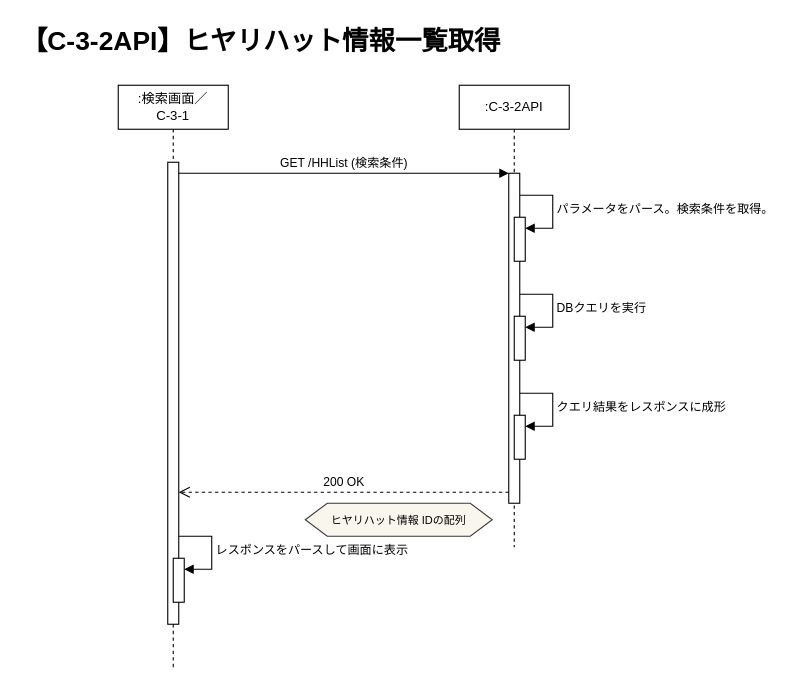
Sportacandy/C-2-2API keeps this draw.io diagram as page "ヒヤリハット情報一覧取得" (1 of 5) of models/C-3-2-sequence.drawio. Above is the earlier version. Source tidied: cells renumbered, new cells numbered last; positions are measured from the earlier drawing's top-left corner, leaving out a move shared by most shapes. Both pictures are drawn from the tidied source at 110%, with x=0, y=0 at pixel (19, 19).
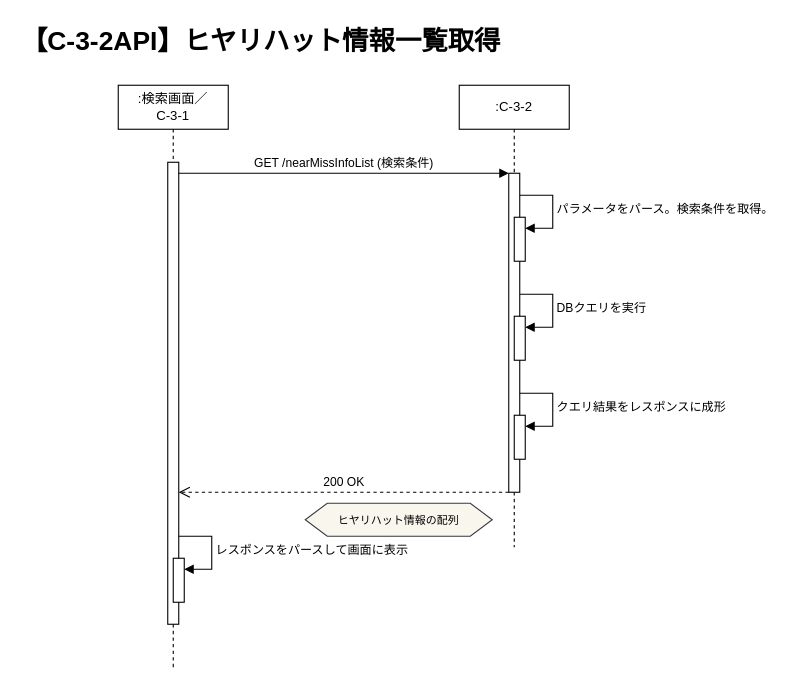
The same diagram, later.

Unchanged cells that the change refers to:
```xml
<mxCell id="3" style="html=1;points=[];perimeter=orthogonalPerimeter;outlineConnect=0;targetShapes=umlLifeline;portConstraint=eastwest;newEdgeStyle={&quot;edgeStyle&quot;:&quot;elbowEdgeStyle&quot;,&quot;elbow&quot;:&quot;vertical&quot;,&quot;curved&quot;:0,&quot;rounded&quot;:0};" parent="2" vertex="1">
  <mxGeometry x="45" y="70" width="10" height="420" as="geometry" />
</mxCell>
```

Diff of the diagram source:
```diff
@@
-    <mxCell id="6" value=":C-3-2API" style="shape=umlLifeline;perimeter=lifelinePerimeter;whiteSpace=wrap;html=1;newEdgeStyle={&quot;edgeStyle&quot;:&quot;elbowEdgeStyle&quot;,&quot;elbow&quot;:&quot;vertical&quot;,&quot;curved&quot;:0,&quot;rounded&quot;:0};" parent="1" vertex="1">
+    <mxCell id="6" value=":C-3-2" style="shape=umlLifeline;perimeter=lifelinePerimeter;whiteSpace=wrap;html=1;newEdgeStyle={&quot;edgeStyle&quot;:&quot;elbowEdgeStyle&quot;,&quot;elbow&quot;:&quot;vertical&quot;,&quot;curved&quot;:0,&quot;rounded&quot;:0};" parent="1" vertex="1">
       <mxGeometry x="400" y="60" width="100" height="420" as="geometry" />
     </mxCell>
     <mxCell id="7" style="html=1;points=[];perimeter=orthogonalPerimeter;outlineConnect=0;targetShapes=umlLifeline;portConstraint=eastwest;newEdgeStyle={&quot;edgeStyle&quot;:&quot;elbowEdgeStyle&quot;,&quot;elbow&quot;:&quot;vertical&quot;,&quot;curved&quot;:0,&quot;rounded&quot;:0};" parent="6" vertex="1">
-      <mxGeometry x="45" y="80" width="10" height="300" as="geometry" />
+      <mxGeometry x="45" y="80" width="10" height="290" as="geometry" />
     </mxCell>
@@
-    <mxCell id="14" value="GET /HHList (検索条件)" style="html=1;verticalAlign=bottom;endArrow=block;edgeStyle=elbowEdgeStyle;elbow=horizontal;curved=0;rounded=0;" parent="1" edge="1" source="3" target="7">
+    <mxCell id="14" value="GET /nearMissInfoList (検索条件)" style="html=1;verticalAlign=bottom;endArrow=block;edgeStyle=elbowEdgeStyle;elbow=horizontal;curved=0;rounded=0;" parent="1" edge="1" source="3" target="7">
       <mxGeometry relative="1" as="geometry">
         <Array as="points">
           <mxPoint x="230" y="140" />
         </Array>
       </mxGeometry>
     </mxCell>
@@
-    <mxCell id="16" value="&lt;font style=&quot;font-size: 10px;&quot;&gt;ヒヤリハット情報 ID&lt;span style=&quot;background-color: initial;&quot;&gt;の配列&lt;/span&gt;&lt;/font&gt;" style="shape=hexagon;perimeter=hexagonPerimeter2;whiteSpace=wrap;html=1;fixedSize=1;fillColor=#f9f7ed;strokeColor=#36393d;" parent="1" vertex="1">
+    <mxCell id="16" value="&lt;font style=&quot;font-size: 10px;&quot;&gt;ヒヤリハット情報&lt;span style=&quot;background-color: initial;&quot;&gt;の配列&lt;/span&gt;&lt;/font&gt;" style="shape=hexagon;perimeter=hexagonPerimeter2;whiteSpace=wrap;html=1;fixedSize=1;fillColor=#f9f7ed;strokeColor=#36393d;" parent="1" vertex="1">
       <mxGeometry x="260" y="440" width="170" height="30" as="geometry" />
     </mxCell>
```
